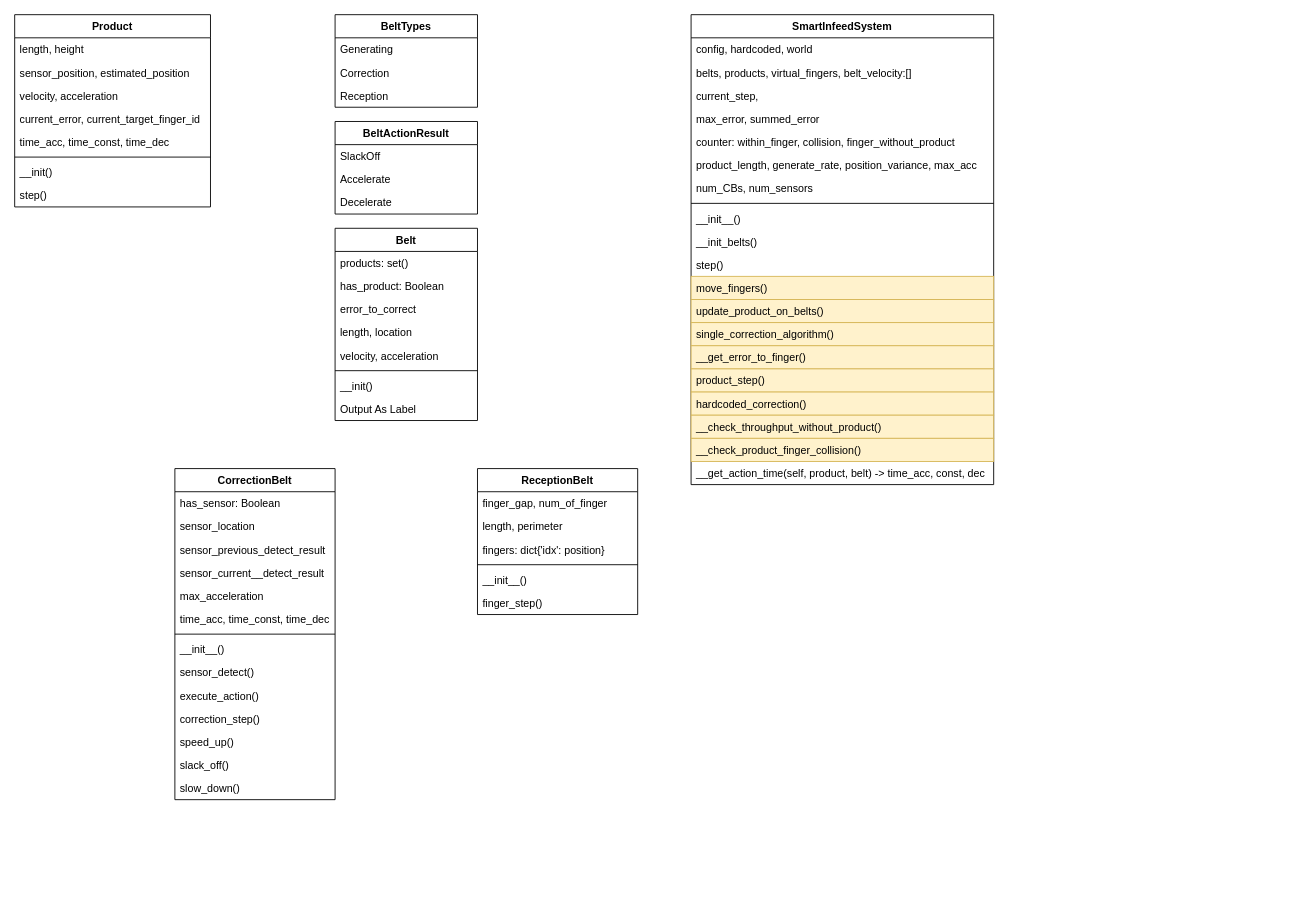
The draw.io diagram SmartInfeedSystem.drawio in RiemannLee19/UMLs, before the edit. Source tidied: cells renumbered, new cells numbered last; positions are measured from the earlier drawing's top-left corner, leaving out a move shared by most shapes. Both pictures are drawn from the tidied source at 89%, with x=0, y=0 at pixel (14, 14).
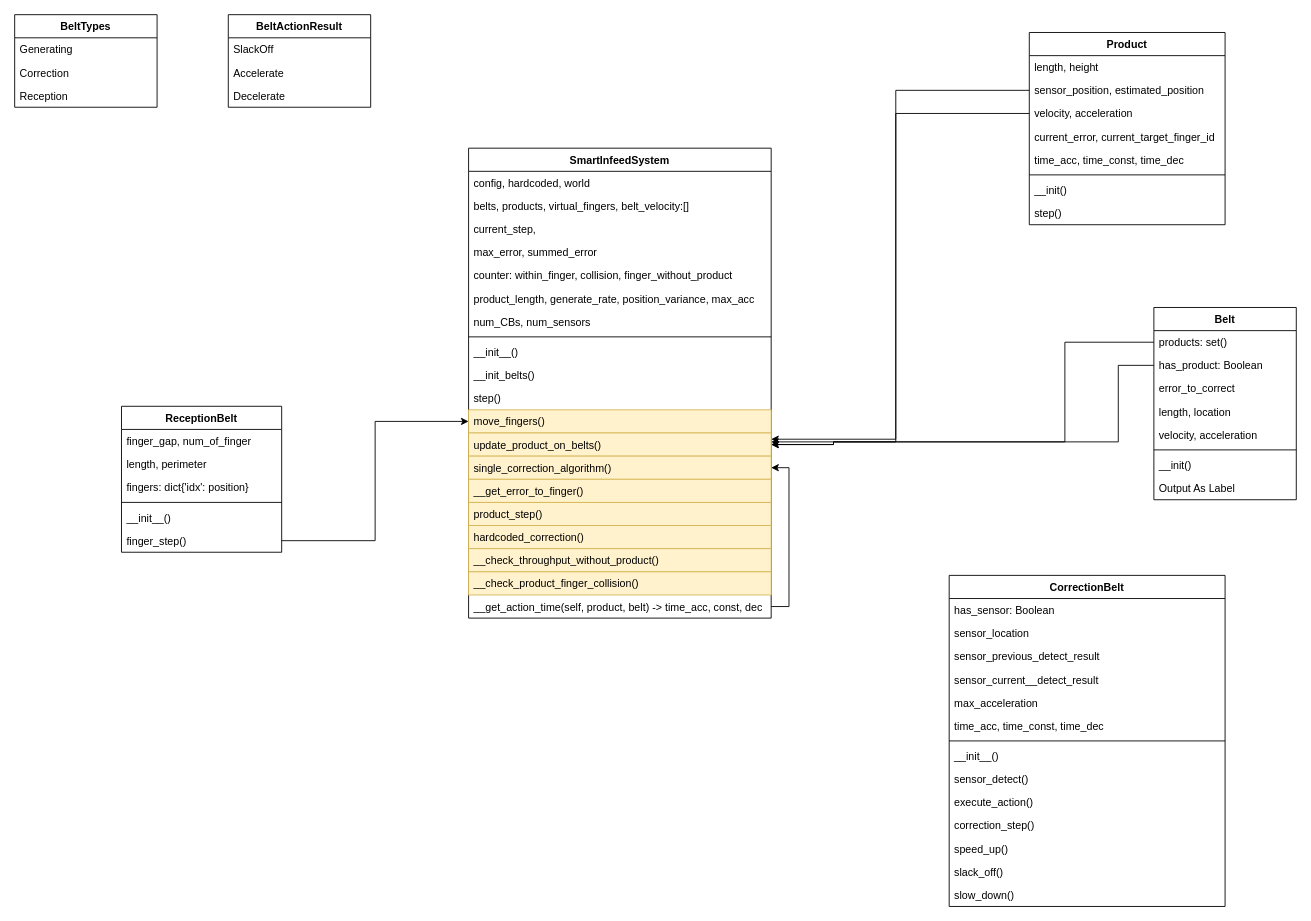
Above is the later version.

The change refers to these unchanged cells:
```xml
<mxCell id="4" value="sensor_position, estimated_position" style="text;align=left;verticalAlign=top;spacingLeft=4;spacingRight=4;overflow=hidden;points=[[0,0.5],[1,0.5]];portConstraint=eastwest;rounded=0;shadow=0;html=0;" parent="2" vertex="1">
  <mxGeometry y="52" width="220" height="26" as="geometry" />
</mxCell>
<mxCell id="5" value="velocity, acceleration" style="text;align=left;verticalAlign=top;spacingLeft=4;spacingRight=4;overflow=hidden;points=[[0,0.5],[1,0.5]];portConstraint=eastwest;rounded=0;shadow=0;html=0;" parent="2" vertex="1">
  <mxGeometry y="78" width="220" height="26" as="geometry" />
</mxCell>
<mxCell id="31" value="products: set()" style="text;align=left;verticalAlign=top;spacingLeft=4;spacingRight=4;overflow=hidden;points=[[0,0.5],[1,0.5]];portConstraint=eastwest;" parent="30" vertex="1">
  <mxGeometry y="26" width="160" height="26" as="geometry" />
</mxCell>
<mxCell id="32" value="has_product: Boolean" style="text;align=left;verticalAlign=top;spacingLeft=4;spacingRight=4;overflow=hidden;points=[[0,0.5],[1,0.5]];portConstraint=eastwest;rounded=0;shadow=0;html=0;" parent="30" vertex="1">
  <mxGeometry y="52" width="160" height="26" as="geometry" />
</mxCell>
<mxCell id="49" value="finger_step()" style="text;align=left;verticalAlign=top;spacingLeft=4;spacingRight=4;overflow=hidden;points=[[0,0.5],[1,0.5]];portConstraint=eastwest;rounded=0;shadow=0;html=0;" parent="43" vertex="1">
  <mxGeometry y="138" width="180" height="26" as="geometry" />
</mxCell>
<mxCell id="62" value="move_fingers()" style="text;align=left;verticalAlign=top;spacingLeft=4;spacingRight=4;overflow=hidden;points=[[0,0.5],[1,0.5]];portConstraint=eastwest;rounded=0;shadow=0;html=0;fillColor=#fff2cc;strokeColor=#d6b656;" parent="50" vertex="1">
  <mxGeometry y="294" width="340" height="26" as="geometry" />
</mxCell>
<mxCell id="63" value="update_product_on_belts()" style="text;align=left;verticalAlign=top;spacingLeft=4;spacingRight=4;overflow=hidden;points=[[0,0.5],[1,0.5]];portConstraint=eastwest;rounded=0;shadow=0;html=0;fillColor=#fff2cc;strokeColor=#d6b656;" parent="50" vertex="1">
  <mxGeometry y="320" width="340" height="26" as="geometry" />
</mxCell>
<mxCell id="64" value="single_correction_algorithm()" style="text;align=left;verticalAlign=top;spacingLeft=4;spacingRight=4;overflow=hidden;points=[[0,0.5],[1,0.5]];portConstraint=eastwest;rounded=0;shadow=0;html=0;fillColor=#fff2cc;strokeColor=#d6b656;" parent="50" vertex="1">
  <mxGeometry y="346" width="340" height="26" as="geometry" />
</mxCell>
<mxCell id="70" value="__get_action_time(self, product, belt) -&gt; time_acc, const, dec" style="text;align=left;verticalAlign=top;spacingLeft=4;spacingRight=4;overflow=hidden;points=[[0,0.5],[1,0.5]];portConstraint=eastwest;rounded=0;shadow=0;html=0;" parent="50" vertex="1">
  <mxGeometry y="502" width="340" height="26" as="geometry" />
</mxCell>
```

Change to the diagram source:
```diff
@@
     <mxCell id="2" value="Product" style="swimlane;fontStyle=1;align=center;verticalAlign=top;horizontal=1;startSize=26;rounded=0;shadow=0;strokeWidth=1;" parent="1" vertex="1">
-      <mxGeometry width="220" height="216" as="geometry" />
+      <mxGeometry x="1140" y="20" width="220" height="216" as="geometry" />
     </mxCell>
@@
     <mxCell id="11" value="CorrectionBelt" style="swimlane;fontStyle=1;align=center;verticalAlign=top;horizontal=1;startSize=26;rounded=0;shadow=0;strokeWidth=1;" parent="1" vertex="1">
-      <mxGeometry x="180" y="510" width="180" height="372" as="geometry" />
+      <mxGeometry x="1050" y="630" width="310" height="372" as="geometry" />
     </mxCell>
     <mxCell id="12" value="has_sensor: Boolean" style="text;align=left;verticalAlign=top;spacingLeft=4;spacingRight=4;overflow=hidden;" parent="11" vertex="1">
-      <mxGeometry y="26" width="180" height="26" as="geometry" />
+      <mxGeometry y="26" width="310" height="26" as="geometry" />
     </mxCell>
     <mxCell id="13" value="sensor_location" style="text;align=left;verticalAlign=top;spacingLeft=4;spacingRight=4;overflow=hidden;fontStyle=0;" parent="11" vertex="1">
-      <mxGeometry y="52" width="180" height="26" as="geometry" />
+      <mxGeometry y="52" width="310" height="26" as="geometry" />
     </mxCell>
     <mxCell id="14" value="sensor_previous_detect_result" style="text;align=left;verticalAlign=top;spacingLeft=4;spacingRight=4;overflow=hidden;rounded=0;shadow=0;html=0;" parent="11" vertex="1">
-      <mxGeometry y="78" width="180" height="26" as="geometry" />
+      <mxGeometry y="78" width="310" height="26" as="geometry" />
     </mxCell>
     <mxCell id="15" value="sensor_current__detect_result" style="text;align=left;verticalAlign=top;spacingLeft=4;spacingRight=4;overflow=hidden;" parent="11" vertex="1">
-      <mxGeometry y="104" width="180" height="26" as="geometry" />
+      <mxGeometry y="104" width="310" height="26" as="geometry" />
     </mxCell>
     <mxCell id="16" value="max_acceleration" style="text;align=left;verticalAlign=top;spacingLeft=4;spacingRight=4;overflow=hidden;rounded=0;shadow=0;html=0;" parent="11" vertex="1">
-      <mxGeometry y="130" width="180" height="26" as="geometry" />
+      <mxGeometry y="130" width="310" height="26" as="geometry" />
     </mxCell>
     <mxCell id="17" value="time_acc, time_const, time_dec" style="text;align=left;verticalAlign=top;spacingLeft=4;spacingRight=4;overflow=hidden;rounded=0;shadow=0;html=0;" parent="11" vertex="1">
-      <mxGeometry y="156" width="180" height="26" as="geometry" />
+      <mxGeometry y="156" width="310" height="26" as="geometry" />
     </mxCell>
     <mxCell id="18" style="line;html=1;strokeWidth=1;align=left;verticalAlign=middle;spacingTop=-1;spacingLeft=3;spacingRight=3;labelPosition=right;" parent="11" vertex="1">
-      <mxGeometry y="182" width="180" height="8" as="geometry" />
+      <mxGeometry y="182" width="310" height="8" as="geometry" />
     </mxCell>
     <mxCell id="19" value="__init__()" style="text;align=left;verticalAlign=top;spacingLeft=4;spacingRight=4;overflow=hidden;rounded=0;shadow=0;html=0;" parent="11" vertex="1">
-      <mxGeometry y="190" width="180" height="26" as="geometry" />
+      <mxGeometry y="190" width="310" height="26" as="geometry" />
     </mxCell>
     <mxCell id="20" value="sensor_detect()" style="text;align=left;verticalAlign=top;spacingLeft=4;spacingRight=4;overflow=hidden;rounded=0;shadow=0;html=0;" parent="11" vertex="1">
-      <mxGeometry y="216" width="180" height="26" as="geometry" />
+      <mxGeometry y="216" width="310" height="26" as="geometry" />
     </mxCell>
     <mxCell id="21" value="execute_action()" style="text;align=left;verticalAlign=top;spacingLeft=4;spacingRight=4;overflow=hidden;rounded=0;shadow=0;html=0;" parent="11" vertex="1">
-      <mxGeometry y="242" width="180" height="26" as="geometry" />
+      <mxGeometry y="242" width="310" height="26" as="geometry" />
     </mxCell>
     <mxCell id="22" value="correction_step()" style="text;align=left;verticalAlign=top;spacingLeft=4;spacingRight=4;overflow=hidden;rounded=0;shadow=0;html=0;" parent="11" vertex="1">
-      <mxGeometry y="268" width="180" height="26" as="geometry" />
+      <mxGeometry y="268" width="310" height="26" as="geometry" />
     </mxCell>
     <mxCell id="23" value="speed_up()" style="text;align=left;verticalAlign=top;spacingLeft=4;spacingRight=4;overflow=hidden;rounded=0;shadow=0;html=0;" parent="11" vertex="1">
-      <mxGeometry y="294" width="180" height="26" as="geometry" />
+      <mxGeometry y="294" width="310" height="26" as="geometry" />
     </mxCell>
     <mxCell id="24" value="slack_off()" style="text;align=left;verticalAlign=top;spacingLeft=4;spacingRight=4;overflow=hidden;rounded=0;shadow=0;html=0;" parent="11" vertex="1">
-      <mxGeometry y="320" width="180" height="26" as="geometry" />
+      <mxGeometry y="320" width="310" height="26" as="geometry" />
     </mxCell>
     <mxCell id="25" value="slow_down()" style="text;align=left;verticalAlign=top;spacingLeft=4;spacingRight=4;overflow=hidden;rounded=0;shadow=0;html=0;" parent="11" vertex="1">
-      <mxGeometry y="346" width="180" height="26" as="geometry" />
+      <mxGeometry y="346" width="310" height="26" as="geometry" />
     </mxCell>
     <mxCell id="26" value="BeltTypes" style="swimlane;fontStyle=1;align=center;verticalAlign=top;horizontal=1;startSize=26;rounded=0;shadow=0;strokeWidth=1;" parent="1" vertex="1">
-      <mxGeometry x="360" width="160" height="104" as="geometry" />
+      <mxGeometry width="160" height="104" as="geometry" />
     </mxCell>
@@
     <mxCell id="30" value="Belt" style="swimlane;fontStyle=1;align=center;verticalAlign=top;horizontal=1;startSize=26;rounded=0;shadow=0;strokeWidth=1;" parent="1" vertex="1">
-      <mxGeometry x="360" y="240" width="160" height="216" as="geometry" />
+      <mxGeometry x="1280" y="329" width="160" height="216" as="geometry" />
     </mxCell>
@@
     <mxCell id="39" value="BeltActionResult" style="swimlane;fontStyle=1;align=center;verticalAlign=top;horizontal=1;startSize=26;rounded=0;shadow=0;strokeWidth=1;" parent="1" vertex="1">
-      <mxGeometry x="360" y="120" width="160" height="104" as="geometry" />
+      <mxGeometry x="240" width="160" height="104" as="geometry" />
     </mxCell>
@@
     <mxCell id="43" value="ReceptionBelt" style="swimlane;fontStyle=1;align=center;verticalAlign=top;horizontal=1;startSize=26;rounded=0;shadow=0;strokeWidth=1;" parent="1" vertex="1">
-      <mxGeometry x="520" y="510" width="180" height="164" as="geometry" />
+      <mxGeometry x="120" y="440" width="180" height="164" as="geometry" />
     </mxCell>
@@
     <mxCell id="50" value="SmartInfeedSystem" style="swimlane;fontStyle=1;align=center;verticalAlign=top;horizontal=1;startSize=26;rounded=0;shadow=0;strokeWidth=1;" parent="1" vertex="1">
-      <mxGeometry x="760" width="340" height="528" as="geometry" />
+      <mxGeometry x="510" y="150" width="340" height="528" as="geometry" />
     </mxCell>
@@
+    <mxCell id="71" style="edgeStyle=orthogonalEdgeStyle;rounded=0;jettySize=auto;html=1;exitX=1;exitY=0.5;exitDx=0;exitDy=0;" parent="50" edge="1" source="70" target="64">
+      <mxGeometry relative="1" as="geometry" />
+    </mxCell>
@@
+    <mxCell id="72" style="edgeStyle=orthogonalEdgeStyle;rounded=0;jettySize=auto;html=1;exitX=1;exitY=0.5;exitDx=0;exitDy=0;entryX=0;entryY=0.5;entryDx=0;entryDy=0;" parent="1" edge="1" source="49" target="62">
+      <mxGeometry relative="1" as="geometry" />
+    </mxCell>
+    <mxCell id="73" style="edgeStyle=orthogonalEdgeStyle;rounded=0;jettySize=auto;html=1;exitX=0;exitY=0.5;exitDx=0;exitDy=0;" parent="1" edge="1" source="32" target="63">
+      <mxGeometry relative="1" as="geometry">
+        <Array as="points">
+          <mxPoint x="1240" y="394" />
+          <mxPoint x="1240" y="480" />
+          <mxPoint x="640" y="480" />
+        </Array>
+      </mxGeometry>
+    </mxCell>
+    <mxCell id="74" style="edgeStyle=orthogonalEdgeStyle;rounded=0;jettySize=auto;html=1;exitX=0;exitY=0.5;exitDx=0;exitDy=0;entryX=1;entryY=0.5;entryDx=0;entryDy=0;" parent="1" edge="1" source="31" target="63">
+      <mxGeometry relative="1" as="geometry">
+        <Array as="points">
+          <mxPoint x="1180" y="368" />
+          <mxPoint x="1180" y="480" />
+          <mxPoint x="920" y="480" />
+        </Array>
+      </mxGeometry>
+    </mxCell>
+    <mxCell id="75" style="edgeStyle=orthogonalEdgeStyle;rounded=0;jettySize=auto;html=1;exitX=0;exitY=0.5;exitDx=0;exitDy=0;entryX=1;entryY=0.5;entryDx=0;entryDy=0;" parent="1" edge="1" source="4" target="63">
+      <mxGeometry relative="1" as="geometry">
+        <Array as="points">
+          <mxPoint x="990" y="85" />
+          <mxPoint x="990" y="480" />
+          <mxPoint x="920" y="480" />
+        </Array>
+      </mxGeometry>
+    </mxCell>
+    <mxCell id="76" style="edgeStyle=orthogonalEdgeStyle;rounded=0;jettySize=auto;html=1;exitX=0;exitY=0.5;exitDx=0;exitDy=0;" parent="1" edge="1" source="5" target="63">
+      <mxGeometry relative="1" as="geometry">
+        <Array as="points">
+          <mxPoint x="990" y="111" />
+          <mxPoint x="990" y="477" />
+          <mxPoint x="640" y="477" />
+        </Array>
+      </mxGeometry>
+    </mxCell>
```
